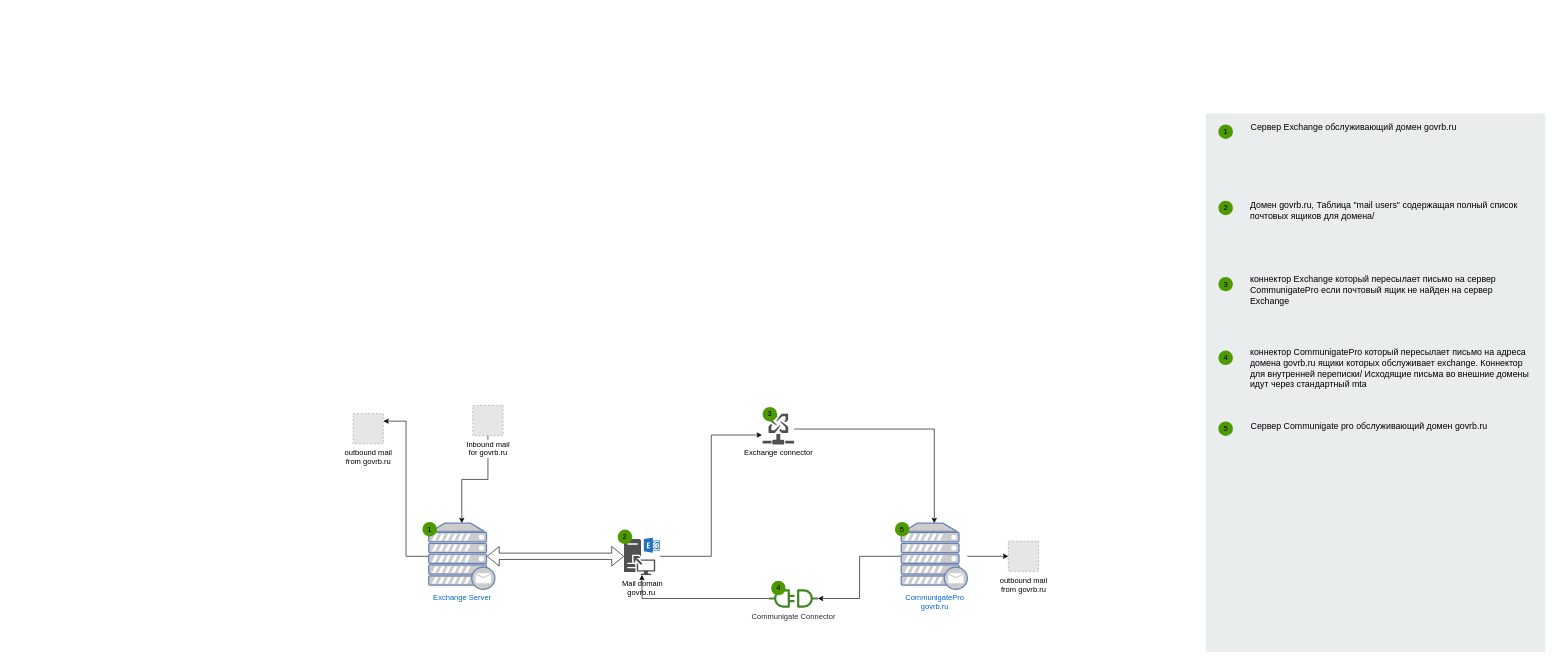
The draw.io diagram Диаграмма без названия.drawio in Hroozt/Diagrams, before the edit. Source tidied: cells renumbered, new cells numbered last; positions are measured from the earlier drawing's top-left corner, leaving out a move shared by most shapes. Both pictures are drawn from the tidied source at 63%, with x=0, y=0 at pixel (353, 113). Pictures stored in the file or linked from it are replaced by grey dashed boxes.
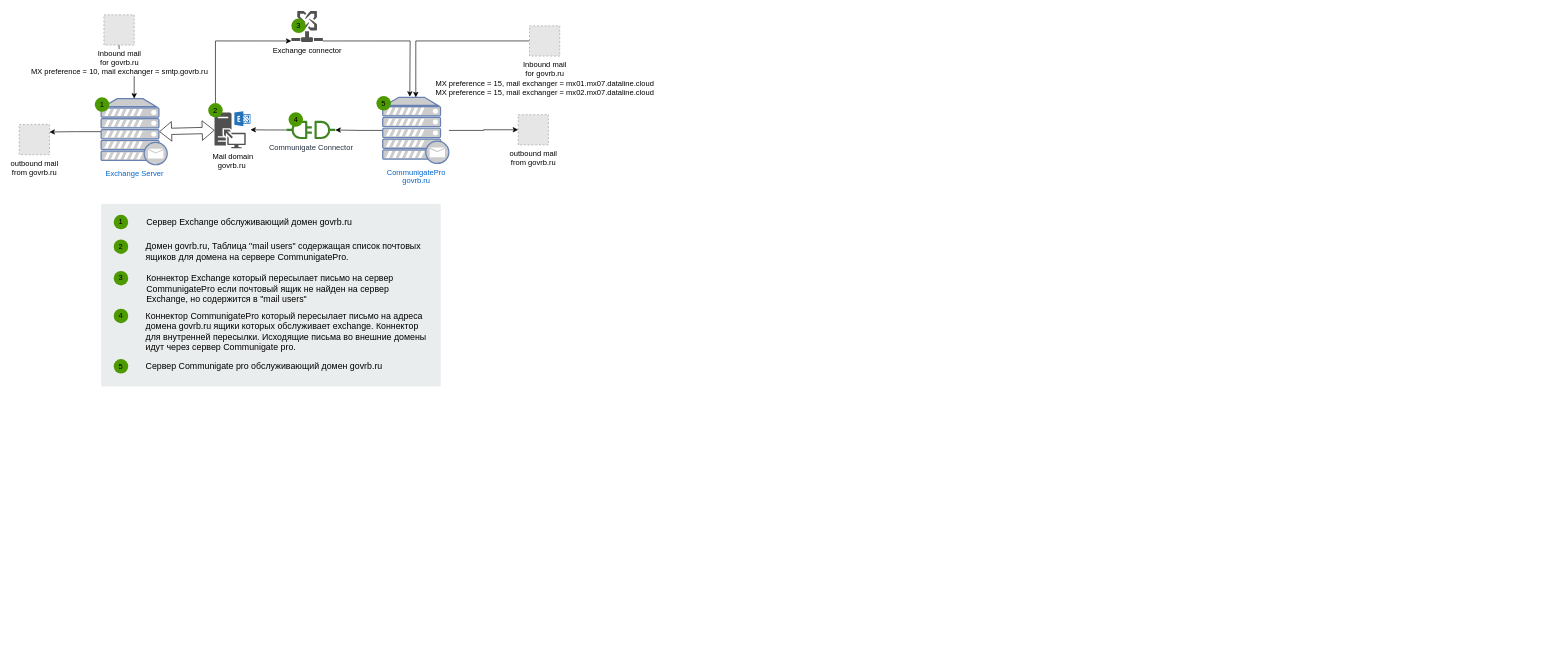
Above is the later version.

Unchanged cells that the change refers to:
```xml
<mxCell id="31" value="Mail domain &lt;br&gt;govrb.ru&amp;nbsp;" style="sketch=0;shadow=0;dashed=0;html=1;strokeColor=none;fillColor=#505050;labelPosition=center;verticalLabelPosition=bottom;verticalAlign=top;outlineConnect=0;align=center;shape=mxgraph.office.servers.exchange_client_access_server;" parent="30" vertex="1">
  <mxGeometry x="10" y="13" width="57" height="59" as="geometry" />
</mxCell>
<mxCell id="32" value="2" style="ellipse;whiteSpace=wrap;html=1;fillColor=#4D9900;strokeColor=none;labelBackgroundColor=none;" parent="30" vertex="1">
  <mxGeometry width="23" height="23" as="geometry" />
</mxCell>
<mxCell id="37" value="CommunigatePro&lt;br&gt;govrb.ru&lt;br&gt;" style="fontColor=#0066CC;verticalAlign=top;verticalLabelPosition=bottom;labelPosition=center;align=center;html=1;outlineConnect=0;fillColor=#CCCCCC;strokeColor=#6881B3;gradientColor=none;gradientDirection=north;strokeWidth=2;shape=mxgraph.networks.mail_server;" parent="36" vertex="1">
  <mxGeometry x="10" y="2" width="105" height="105" as="geometry" />
</mxCell>
```

Diff of the diagram source:
```diff
@@
     <mxCell id="2" style="rounded=0;whiteSpace=wrap;html=1;fillColor=#EAEDED;fontSize=22;fontColor=#FFFFFF;strokeColor=none;labelBackgroundColor=none;" parent="1" vertex="1">
-      <mxGeometry x="1353.5" y="0.5" width="539" height="855" as="geometry" />
+      <mxGeometry x="-400" y="144" width="539" height="290" as="geometry" />
     </mxCell>
     <mxCell id="3" value="Сервер Exchange обслуживающий домен govrb.ru&amp;nbsp;" style="text;html=1;align=left;verticalAlign=top;spacingTop=-4;fontSize=14;labelBackgroundColor=none;whiteSpace=wrap;" parent="1" vertex="1">
-      <mxGeometry x="1423" y="11.5" width="449" height="118" as="geometry" />
+      <mxGeometry x="-330.5" y="161.5" width="449" height="39" as="geometry" />
     </mxCell>
-    <mxCell id="4" value="Домен govrb.ru, Таблица &quot;mail users&quot; содержащая полный список почтовых ящиков для домена/" style="text;html=1;align=left;verticalAlign=top;spacingTop=-4;fontSize=14;labelBackgroundColor=none;whiteSpace=wrap;" parent="1" vertex="1">
-      <mxGeometry x="1422" y="134.5" width="450" height="115" as="geometry" />
+    <mxCell id="4" value="Домен govrb.ru, Таблица &quot;mail users&quot; содержащая список почтовых ящиков для домена на сервере CommunigatePro." style="text;html=1;align=left;verticalAlign=top;spacingTop=-4;fontSize=14;labelBackgroundColor=none;whiteSpace=wrap;" parent="1" vertex="1">
+      <mxGeometry x="-331.5" y="200.5" width="450" height="50" as="geometry" />
     </mxCell>
-    <mxCell id="5" value="&lt;span&gt;коннектор Exchange который пересылает письмо на сервер CommunigatePro если почтовый ящик не найден на сервер Exchange&lt;/span&gt;" style="text;html=1;align=left;verticalAlign=top;spacingTop=-4;fontSize=14;labelBackgroundColor=none;whiteSpace=wrap;" parent="1" vertex="1">
-      <mxGeometry x="1422" y="252.5" width="450" height="117" as="geometry" />
+    <mxCell id="5" value="&lt;span&gt;Коннектор Exchange который пересылает письмо на сервер CommunigatePro если почтовый ящик не найден на сервер Exchange, но содержится в &quot;mail users&quot;&lt;/span&gt;" style="text;html=1;align=left;verticalAlign=top;spacingTop=-4;fontSize=14;labelBackgroundColor=none;whiteSpace=wrap;" parent="1" vertex="1">
+      <mxGeometry x="-330.5" y="250.5" width="450" height="60" as="geometry" />
     </mxCell>
-    <mxCell id="6" value="коннектор CommunigatePro который пересылает письмо на адреса домена govrb.ru ящики которых обслуживает exchange. Коннектор для внутренней переписки/ Исходящие письма во внешние домены идут через стандартный mta" style="text;html=1;align=left;verticalAlign=top;spacingTop=-4;fontSize=14;labelBackgroundColor=none;whiteSpace=wrap;" parent="1" vertex="1">
-      <mxGeometry x="1422" y="368.5" width="450" height="121" as="geometry" />
+    <mxCell id="6" value="Коннектор CommunigatePro который пересылает письмо на адреса домена govrb.ru ящики которых обслуживает exchange. Коннектор для внутренней пересылки. Исходящие письма во внешние домены идут через сервер Communigate pro." style="text;html=1;align=left;verticalAlign=top;spacingTop=-4;fontSize=14;labelBackgroundColor=none;whiteSpace=wrap;" parent="1" vertex="1">
+      <mxGeometry x="-331.5" y="310.5" width="450" height="80" as="geometry" />
     </mxCell>
     <mxCell id="7" value="&lt;span&gt;Сервер Communigate pro обслуживающий домен govrb.ru&lt;/span&gt;" style="text;html=1;align=left;verticalAlign=top;spacingTop=-4;fontSize=14;labelBackgroundColor=none;whiteSpace=wrap;" parent="1" vertex="1">
-      <mxGeometry x="1423" y="485.5" width="449" height="114" as="geometry" />
+      <mxGeometry x="-331.5" y="390.5" width="449" height="40" as="geometry" />
     </mxCell>
     <mxCell id="8" value="1" style="ellipse;whiteSpace=wrap;html=1;fillColor=#4D9900;strokeColor=none;labelBackgroundColor=none;" parent="1" vertex="1">
-      <mxGeometry x="1373.5" y="18" width="23" height="23" as="geometry" />
+      <mxGeometry x="-380" y="161.5" width="23" height="23" as="geometry" />
     </mxCell>
     <mxCell id="9" value="2" style="ellipse;whiteSpace=wrap;html=1;fillColor=#4D9900;strokeColor=none;labelBackgroundColor=none;" parent="1" vertex="1">
-      <mxGeometry x="1373.5" y="139" width="23" height="23" as="geometry" />
+      <mxGeometry x="-380" y="200.5" width="23" height="23" as="geometry" />
     </mxCell>
     <mxCell id="10" value="3" style="ellipse;whiteSpace=wrap;html=1;fillColor=#4D9900;strokeColor=none;labelBackgroundColor=none;" parent="1" vertex="1">
-      <mxGeometry x="1373.5" y="260" width="23" height="23" as="geometry" />
+      <mxGeometry x="-380" y="250.5" width="23" height="23" as="geometry" />
     </mxCell>
     <mxCell id="11" value="4" style="ellipse;whiteSpace=wrap;html=1;fillColor=#4D9900;strokeColor=none;labelBackgroundColor=none;" parent="1" vertex="1">
-      <mxGeometry x="1373.5" y="377" width="23" height="23" as="geometry" />
+      <mxGeometry x="-380" y="310.5" width="23" height="23" as="geometry" />
     </mxCell>
     <mxCell id="12" value="5" style="ellipse;whiteSpace=wrap;html=1;fillColor=#4D9900;strokeColor=none;labelBackgroundColor=none;" parent="1" vertex="1">
-      <mxGeometry x="1373.5" y="489.5" width="23" height="23" as="geometry" />
+      <mxGeometry x="-380" y="390.5" width="23" height="23" as="geometry" />
     </mxCell>
-    <mxCell id="13" style="edgeStyle=orthogonalEdgeStyle;rounded=0;jettySize=auto;html=1;" parent="1" edge="1" source="25" target="37">
-      <mxGeometry relative="1" as="geometry" />
-    </mxCell>
-    <mxCell id="14" style="edgeStyle=orthogonalEdgeStyle;rounded=0;jettySize=auto;html=1;entryX=-0.02;entryY=0.694;entryDx=0;entryDy=0;entryPerimeter=0;" parent="1" edge="1" source="31" target="25">
+    <mxCell id="14" style="edgeStyle=orthogonalEdgeStyle;rounded=0;jettySize=auto;html=1;entryX=0;entryY=0.97;entryDx=0;entryDy=0;entryPerimeter=0;exitX=0.5;exitY=0;exitDx=0;exitDy=0;" parent="1" edge="1" source="32" target="25">
       <mxGeometry relative="1" as="geometry" />
     </mxCell>
@@
     <mxCell id="19" value="outbound mail&lt;br&gt;from govrb.ru" style="fillColor=#E6E6E6;strokeColor=#999999;dashed=1;html=1;verticalAlign=top;verticalLabelPosition=bottom;labelBackgroundColor=#ffffff;" parent="1" vertex="1">
-      <mxGeometry y="477" width="48" height="48" as="geometry" />
+      <mxGeometry x="-530" y="18" width="48" height="48" as="geometry" />
     </mxCell>
@@
-    <mxCell id="21" value="Inbound mail&lt;br&gt;for govrb.ru" style="fillColor=#E6E6E6;strokeColor=#999999;dashed=1;html=1;verticalAlign=top;verticalLabelPosition=bottom;labelBackgroundColor=#ffffff;" parent="1" vertex="1">
-      <mxGeometry x="190" y="464" width="48" height="48" as="geometry" />
+    <mxCell id="21" value="Inbound mail&lt;br&gt;for govrb.ru&lt;br&gt;MX preference = 10, mail exchanger = smtp.govrb.ru" style="fillColor=#E6E6E6;strokeColor=#999999;dashed=1;html=1;verticalAlign=top;verticalLabelPosition=bottom;labelBackgroundColor=#ffffff;" parent="1" vertex="1">
+      <mxGeometry x="-395.5" y="-156" width="48" height="48" as="geometry" />
     </mxCell>
     <mxCell id="22" value="outbound mail&lt;br&gt;from govrb.ru" style="fillColor=#E6E6E6;strokeColor=#999999;dashed=1;html=1;verticalAlign=top;verticalLabelPosition=bottom;labelBackgroundColor=#ffffff;" parent="1" vertex="1">
-      <mxGeometry x="1040" y="679.5" width="48" height="48" as="geometry" />
+      <mxGeometry x="262" y="2.5" width="48" height="48" as="geometry" />
     </mxCell>
@@
     <mxCell id="24" style="group;" parent="1" vertex="1">
-      <mxGeometry x="650" y="466.5" width="50" height="59.5" as="geometry" />
+      <mxGeometry x="-98" y="-150" width="50" height="59.5" as="geometry" />
     </mxCell>
     <mxCell id="25" value="Exchange connector" style="sketch=0;shadow=0;dashed=0;html=1;strokeColor=none;labelPosition=center;verticalLabelPosition=bottom;verticalAlign=top;align=center;fillColor=#505050;shape=mxgraph.mscae.intune.exchange_connector;" parent="24" vertex="1">
-      <mxGeometry y="10.5" width="50" height="49" as="geometry" />
+      <mxGeometry y="-12" width="50" height="49" as="geometry" />
     </mxCell>
@@
     <mxCell id="27" style="group;" parent="1" vertex="1">
-      <mxGeometry x="660" y="742.5" width="78" height="42.5" as="geometry" />
+      <mxGeometry x="-106" y="-1.2" width="78" height="42.5" as="geometry" />
     </mxCell>
@@
     <mxCell id="30" style="group;" parent="1" vertex="1">
-      <mxGeometry x="420" y="661" width="67" height="72" as="geometry" />
+      <mxGeometry x="-230" y="-16" width="67" height="72" as="geometry" />
     </mxCell>
@@
     <mxCell id="33" style="group;" parent="1" vertex="1">
-      <mxGeometry x="110" y="649" width="115" height="107" as="geometry" />
+      <mxGeometry x="-410" y="-25" width="115" height="107" as="geometry" />
     </mxCell>
@@
     <mxCell id="36" style="group;" parent="1" vertex="1">
-      <mxGeometry x="860" y="649" width="115" height="107" as="geometry" />
+      <mxGeometry x="37" y="-27" width="115" height="107" as="geometry" />
     </mxCell>
@@
+    <mxCell id="39" style="edgeStyle=orthogonalEdgeStyle;rounded=0;jettySize=auto;html=1;exitX=1;exitY=0.97;exitDx=0;exitDy=0;exitPerimeter=0;" parent="1" edge="1" source="25">
+      <mxGeometry relative="1" as="geometry">
+        <mxPoint x="90" y="-26" as="targetPoint" />
+      </mxGeometry>
+    </mxCell>
+    <mxCell id="40" style="edgeStyle=orthogonalEdgeStyle;rounded=0;jettySize=auto;html=1;" parent="1" edge="1" source="41" target="37">
+      <mxGeometry relative="1" as="geometry" />
+    </mxCell>
+    <mxCell id="41" value="Inbound mail&lt;br&gt;for govrb.ru&lt;br&gt;&lt;div&gt;MX preference = 15, mail exchanger = mx01.mx07.dataline.cloud&lt;/div&gt;&lt;div&gt;MX preference = 15, mail exchanger = mx02.mx07.dataline.cloud&lt;/div&gt;" style="fillColor=#E6E6E6;strokeColor=#999999;dashed=1;html=1;verticalAlign=top;verticalLabelPosition=bottom;labelBackgroundColor=#ffffff;" parent="1" vertex="1">
+      <mxGeometry x="280" y="-138.5" width="48" height="48" as="geometry" />
+    </mxCell>
```
